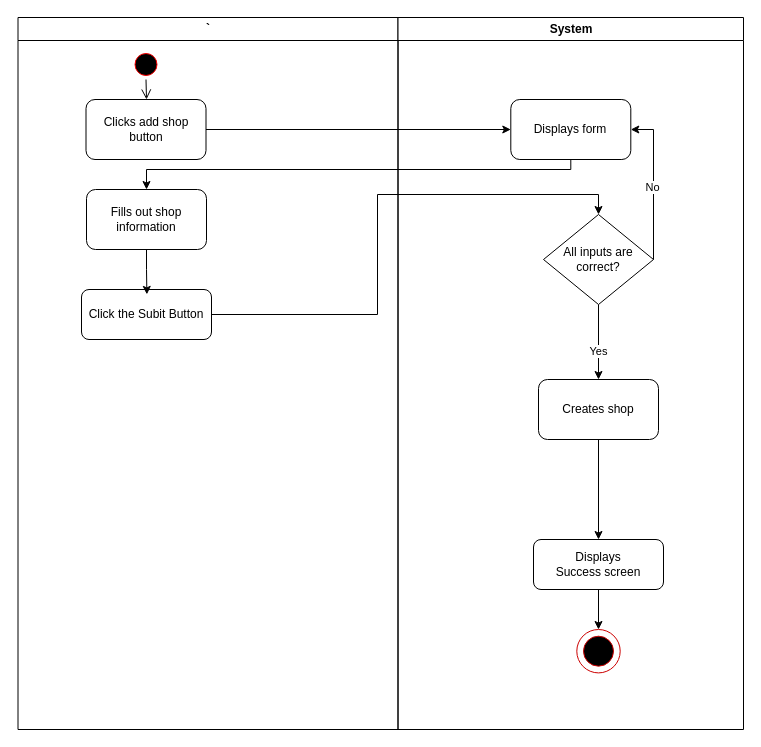
Earlier version of the draw.io diagram Activity_Diagrams/Support/LicenseToMechanicShop.drawio (Awrmani/AutoQuotes). Source tidied: cells renumbered, new cells numbered last; positions are measured from the earlier drawing's top-left corner, leaving out a move shared by most shapes. Both pictures are drawn from the tidied source at 100%, with x=0, y=0 at pixel (17, 17).
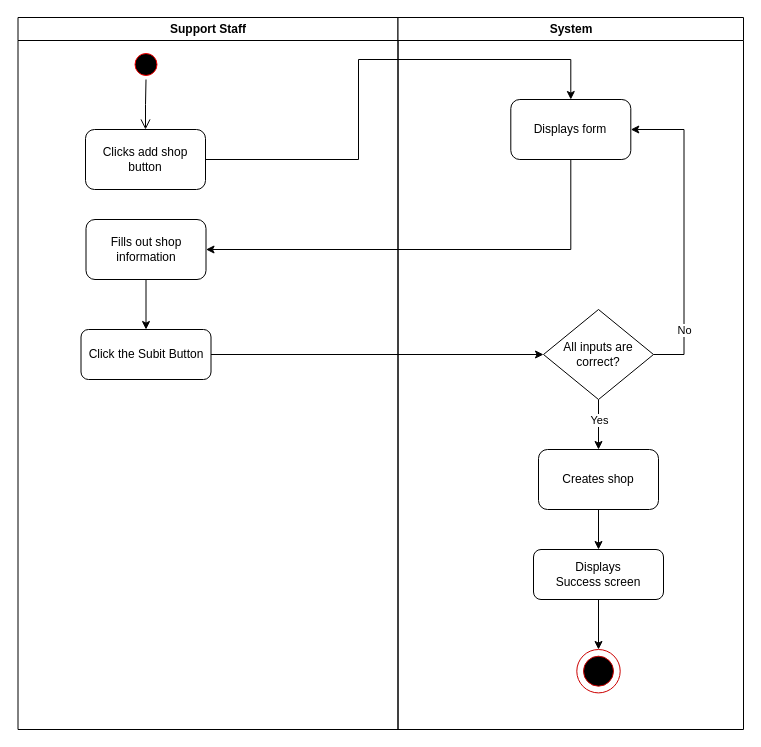
Above is the later version.

The change refers to these unchanged cells:
```xml
<mxCell id="9" value="System" style="swimlane;whiteSpace=wrap;" parent="1" vertex="1">
  <mxGeometry x="380.5" width="345.5" height="712" as="geometry" />
</mxCell>
<mxCell id="10" style="edgeStyle=orthogonalEdgeStyle;rounded=0;jettySize=auto;html=1;entryX=0.5;entryY=0;entryDx=0;entryDy=0;" parent="9" edge="1" source="12" target="18">
  <mxGeometry relative="1" as="geometry" />
</mxCell>
<mxCell id="15" value="Displays form" style="rounded=1;whiteSpace=wrap;html=1;" parent="9" vertex="1">
  <mxGeometry x="112.8" y="82" width="120" height="60" as="geometry" />
</mxCell>
```

Change to the diagram source:
```diff
@@
-    <mxCell id="2" value="`" style="swimlane;whiteSpace=wrap;" parent="1" vertex="1">
+    <mxCell id="2" value="Support Staff" style="swimlane;whiteSpace=wrap;" parent="1" vertex="1">
       <mxGeometry x="0.5" width="380" height="712" as="geometry" />
     </mxCell>
@@
     <mxCell id="5" value="Click the Subit Button" style="rounded=1;whiteSpace=wrap;html=1;" parent="2" vertex="1">
-      <mxGeometry x="63.5" y="272" width="130" height="50" as="geometry" />
+      <mxGeometry x="63" y="312" width="130" height="50" as="geometry" />
     </mxCell>
     <mxCell id="6" value="Clicks add shop button" style="rounded=1;whiteSpace=wrap;html=1;" parent="2" vertex="1">
-      <mxGeometry x="68" y="82" width="120" height="60" as="geometry" />
+      <mxGeometry x="67.5" y="112" width="120" height="60" as="geometry" />
     </mxCell>
-    <mxCell id="7" style="edgeStyle=orthogonalEdgeStyle;rounded=0;jettySize=auto;html=1;entryX=0.503;entryY=0.098;entryDx=0;entryDy=0;entryPerimeter=0;" parent="2" edge="1" source="8" target="5">
+    <mxCell id="7" style="edgeStyle=orthogonalEdgeStyle;rounded=0;jettySize=auto;html=1;entryX=0.5;entryY=0;entryDx=0;entryDy=0;" parent="2" edge="1" source="8" target="5">
       <mxGeometry relative="1" as="geometry" />
     </mxCell>
     <mxCell id="8" value="Fills out shop information" style="rounded=1;whiteSpace=wrap;html=1;" parent="2" vertex="1">
-      <mxGeometry x="68.5" y="172" width="120" height="60" as="geometry" />
+      <mxGeometry x="68" y="202" width="120" height="60" as="geometry" />
     </mxCell>
@@
     <mxCell id="11" value="Yes" style="edgeLabel;html=1;align=center;verticalAlign=middle;" parent="10" vertex="1">
-      <mxGeometry x="0.23" y="-1" relative="1" as="geometry" />
+      <mxGeometry x="0.23" y="-1" relative="1" as="geometry">
+        <mxPoint x="1" y="-11" as="offset" />
+      </mxGeometry>
     </mxCell>
     <mxCell id="12" value="All inputs are correct?" style="rhombus;whiteSpace=wrap;html=1;fontSize=12;strokeColor=default;fillColor=default;" parent="9" vertex="1">
-      <mxGeometry x="145.5" y="197" width="110" height="90" as="geometry" />
+      <mxGeometry x="145.5" y="292" width="110" height="90" as="geometry" />
     </mxCell>
@@
     <mxCell id="14" value="Displays&lt;br&gt;Success screen" style="rounded=1;whiteSpace=wrap;html=1;" parent="9" vertex="1">
-      <mxGeometry x="135.5" y="522" width="130" height="50" as="geometry" />
+      <mxGeometry x="135.5" y="532" width="130" height="50" as="geometry" />
     </mxCell>
@@
     <mxCell id="16" style="edgeStyle=orthogonalEdgeStyle;rounded=0;jettySize=auto;html=1;exitX=1;exitY=0.5;exitDx=0;exitDy=0;entryX=1;entryY=0.5;entryDx=0;entryDy=0;" parent="9" edge="1" source="12" target="15">
       <mxGeometry relative="1" as="geometry">
         <Array as="points">
-          <mxPoint x="256" y="112" />
+          <mxPoint x="286" y="337" />
+          <mxPoint x="286" y="112" />
         </Array>
       </mxGeometry>
     </mxCell>
     <mxCell id="17" value="No" style="edgeLabel;html=1;align=center;verticalAlign=middle;" parent="16" vertex="1">
-      <mxGeometry x="-0.05" y="2" relative="1" as="geometry" />
+      <mxGeometry x="-0.05" y="2" relative="1" as="geometry">
+        <mxPoint x="2" y="92" as="offset" />
+      </mxGeometry>
     </mxCell>
     <mxCell id="18" value="Creates shop" style="rounded=1;whiteSpace=wrap;html=1;" parent="9" vertex="1">
-      <mxGeometry x="140.5" y="362" width="120" height="60" as="geometry" />
+      <mxGeometry x="140.5" y="432" width="120" height="60" as="geometry" />
     </mxCell>
@@
     <mxCell id="20" style="group;" parent="9" vertex="1">
-      <mxGeometry x="178.8" y="612" width="43.4" height="43.4" as="geometry" />
+      <mxGeometry x="178.8" y="632" width="43.4" height="43.4" as="geometry" />
     </mxCell>
@@
-    <mxCell id="23" style="edgeStyle=orthogonalEdgeStyle;rounded=0;jettySize=auto;html=1;entryX=0.5;entryY=0;entryDx=0;entryDy=0;" parent="1" edge="1" source="5" target="12">
+    <mxCell id="23" style="edgeStyle=orthogonalEdgeStyle;rounded=0;jettySize=auto;html=1;entryX=0;entryY=0.5;entryDx=0;entryDy=0;" parent="1" edge="1" source="5" target="12">
       <mxGeometry relative="1" as="geometry" />
     </mxCell>
-    <mxCell id="24" style="edgeStyle=orthogonalEdgeStyle;rounded=0;jettySize=auto;html=1;exitX=1;exitY=0.5;exitDx=0;exitDy=0;entryX=0;entryY=0.5;entryDx=0;entryDy=0;" parent="1" edge="1" source="6" target="15">
-      <mxGeometry relative="1" as="geometry" />
+    <mxCell id="24" style="edgeStyle=orthogonalEdgeStyle;rounded=0;jettySize=auto;html=1;exitX=1;exitY=0.5;exitDx=0;exitDy=0;entryX=0.5;entryY=0;entryDx=0;entryDy=0;" parent="1" edge="1" source="6" target="15">
+      <mxGeometry relative="1" as="geometry">
+        <Array as="points">
+          <mxPoint x="341" y="142" />
+          <mxPoint x="341" y="42" />
+          <mxPoint x="553" y="42" />
+        </Array>
+      </mxGeometry>
     </mxCell>
-    <mxCell id="25" style="edgeStyle=orthogonalEdgeStyle;rounded=0;jettySize=auto;html=1;exitX=0.5;exitY=1;exitDx=0;exitDy=0;" parent="1" edge="1" source="15" target="8">
+    <mxCell id="25" style="edgeStyle=orthogonalEdgeStyle;rounded=0;jettySize=auto;html=1;exitX=0.5;exitY=1;exitDx=0;exitDy=0;entryX=1;entryY=0.5;entryDx=0;entryDy=0;" parent="1" edge="1" source="15" target="8">
       <mxGeometry relative="1" as="geometry">
         <Array as="points">
-          <mxPoint x="553" y="152" />
-          <mxPoint x="129" y="152" />
+          <mxPoint x="553" y="232" />
         </Array>
       </mxGeometry>
     </mxCell>
```
